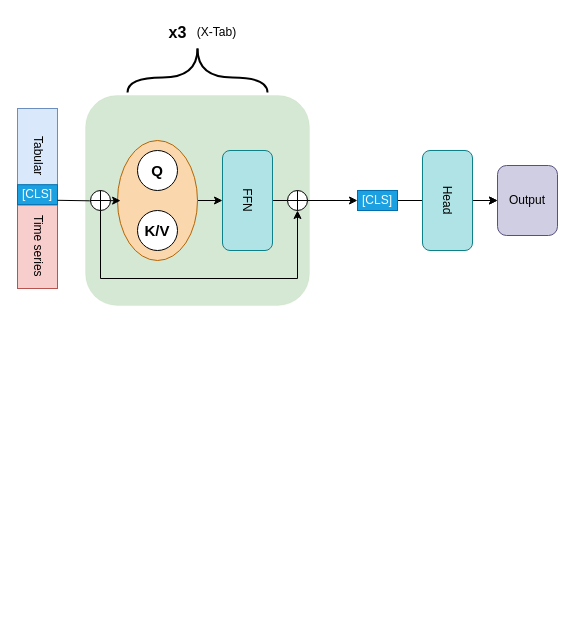
Before: Diagramme sans nom.drawio in Jeremstym/didacticJerem, a draw.io diagram. Source tidied: cells renumbered, new cells numbered last; positions are measured from the earlier drawing's top-left corner, leaving out a move shared by most shapes. Both pictures are drawn from the tidied source at 100%, with x=0, y=0 at pixel (17, 17).
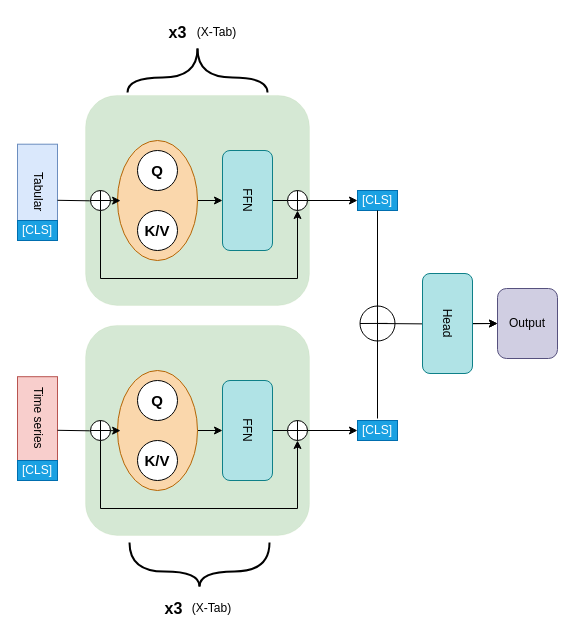
After the change.

Commit message:
baselines-tabecho

Unchanged cells that the change refers to:
```xml
<mxCell id="2" style="rounded=1;whiteSpace=wrap;html=1;rotation=90;fillColor=#d5e8d4;strokeColor=#82b366;strokeWidth=0;" parent="1" vertex="1">
  <mxGeometry x="75" y="71" width="210" height="223.9" as="geometry" />
</mxCell>
<mxCell id="26" value="[CLS]" style="rounded=0;whiteSpace=wrap;html=1;fillColor=#1ba1e2;fontColor=#ffffff;strokeColor=#006EAF;" parent="1" vertex="1">
  <mxGeometry x="340" y="173" width="40" height="20" as="geometry" />
</mxCell>
```

Diff of the diagram source:
```diff
@@
+    <mxCell id="30" style="ellipse;whiteSpace=wrap;html=1;" parent="1" vertex="1">
+      <mxGeometry x="342.5" y="288.5" width="35" height="35" as="geometry" />
+    </mxCell>
@@
     <mxCell id="3" value="Time series" style="rounded=0;whiteSpace=wrap;html=1;direction=south;textDirection=vertical-rl;fillColor=#f8cecc;strokeColor=#b85450;" parent="1" vertex="1">
-      <mxGeometry y="187.2" width="40" height="83.8" as="geometry" />
+      <mxGeometry y="359.2" width="40" height="83.8" as="geometry" />
     </mxCell>
     <mxCell id="4" value="Tabular" style="rounded=0;whiteSpace=wrap;html=1;direction=south;textDirection=vertical-lr;fillColor=#dae8fc;strokeColor=#6c8ebf;" parent="1" vertex="1">
-      <mxGeometry y="91" width="40" height="96.2" as="geometry" />
+      <mxGeometry y="126.7" width="40" height="96.2" as="geometry" />
     </mxCell>
@@
     <mxCell id="11" value="[CLS]" style="rounded=0;whiteSpace=wrap;html=1;fillColor=#1ba1e2;fontColor=#ffffff;strokeColor=#006EAF;" parent="1" vertex="1">
-      <mxGeometry y="167.2" width="40" height="20" as="geometry" />
+      <mxGeometry y="203" width="40" height="20" as="geometry" />
     </mxCell>
@@
-    <mxCell id="14" style="edgeStyle=orthogonalEdgeStyle;rounded=0;orthogonalLoop=1;jettySize=auto;html=1;exitX=1;exitY=0.5;exitDx=0;exitDy=0;" parent="1" edge="1" source="2" target="2">
-      <mxGeometry relative="1" as="geometry" />
+    <mxCell id="14" style="edgeStyle=orthogonalEdgeStyle;rounded=0;orthogonalLoop=1;jettySize=auto;html=1;exitX=1;exitY=0.5;exitDx=0;exitDy=0;" parent="1" edge="1">
+      <mxGeometry relative="1" as="geometry">
+        <mxPoint x="183" y="576.1" as="sourcePoint" />
+        <mxPoint x="183" y="576.1" as="targetPoint" />
+      </mxGeometry>
     </mxCell>
@@
-    <mxCell id="25" style="edgeStyle=orthogonalEdgeStyle;rounded=0;jettySize=auto;html=1;" parent="1" edge="1" source="26" target="29">
-      <mxGeometry relative="1" as="geometry" />
+    <mxCell id="25" style="edgeStyle=orthogonalEdgeStyle;rounded=0;jettySize=auto;html=1;" parent="1" edge="1" target="29">
+      <mxGeometry relative="1" as="geometry">
+        <mxPoint x="360" y="306" as="sourcePoint" />
+      </mxGeometry>
     </mxCell>
@@
     <mxCell id="28" value="Head" style="rounded=1;whiteSpace=wrap;html=1;rotation=90;fillColor=#b0e3e6;strokeColor=#0e8088;" parent="1" vertex="1">
-      <mxGeometry x="380" y="158" width="100" height="50" as="geometry" />
+      <mxGeometry x="380" y="281" width="100" height="50" as="geometry" />
     </mxCell>
     <mxCell id="29" value="Output" style="rounded=1;whiteSpace=wrap;html=1;fillColor=#d0cee2;strokeColor=#56517e;" parent="1" vertex="1">
-      <mxGeometry x="480" y="148" width="60" height="70" as="geometry" />
+      <mxGeometry x="480" y="271" width="60" height="70" as="geometry" />
     </mxCell>
+    <mxCell id="31" value="[CLS]" style="rounded=0;whiteSpace=wrap;html=1;fillColor=#1ba1e2;fontColor=#ffffff;strokeColor=#006EAF;" parent="1" vertex="1">
+      <mxGeometry y="443" width="40" height="20" as="geometry" />
+    </mxCell>
+    <mxCell id="32" style="rounded=1;whiteSpace=wrap;html=1;rotation=90;fillColor=#d5e8d4;strokeColor=#82b366;strokeWidth=0;" parent="1" vertex="1">
+      <mxGeometry x="75" y="301" width="210" height="223.9" as="geometry" />
+    </mxCell>
+    <mxCell id="33" style="edgeStyle=orthogonalEdgeStyle;rounded=0;jettySize=auto;html=1;" parent="1" edge="1" source="34" target="38">
+      <mxGeometry relative="1" as="geometry" />
+    </mxCell>
+    <mxCell id="34" style="ellipse;whiteSpace=wrap;html=1;rotation=90;fillColor=#fad7ac;strokeColor=#b46504;" parent="1" vertex="1">
+      <mxGeometry x="80" y="373" width="120" height="80" as="geometry" />
+    </mxCell>
+    <mxCell id="35" value="&lt;font size=&quot;1&quot;&gt;&lt;b style=&quot;font-size: 15px;&quot;&gt;Q&lt;/b&gt;&lt;/font&gt;" style="ellipse;whiteSpace=wrap;html=1;" parent="1" vertex="1">
+      <mxGeometry x="120" y="363" width="40" height="40" as="geometry" />
+    </mxCell>
+    <mxCell id="36" value="&lt;font size=&quot;1&quot;&gt;&lt;b style=&quot;font-size: 15px;&quot;&gt;K/V&lt;/b&gt;&lt;/font&gt;" style="ellipse;whiteSpace=wrap;html=1;" parent="1" vertex="1">
+      <mxGeometry x="120" y="423" width="40" height="40" as="geometry" />
+    </mxCell>
+    <mxCell id="37" style="edgeStyle=orthogonalEdgeStyle;rounded=0;jettySize=auto;html=1;" parent="1" edge="1" source="38">
+      <mxGeometry relative="1" as="geometry">
+        <mxPoint x="340" y="413" as="targetPoint" />
+      </mxGeometry>
+    </mxCell>
+    <mxCell id="38" value="FFN" style="rounded=1;whiteSpace=wrap;html=1;rotation=90;fillColor=#b0e3e6;strokeColor=#0e8088;" parent="1" vertex="1">
+      <mxGeometry x="180" y="388" width="100" height="50" as="geometry" />
+    </mxCell>
+    <mxCell id="39" value="&lt;b style=&quot;font-size: 16px;&quot;&gt;x3&lt;/b&gt;" style="text;html=1;align=center;verticalAlign=middle;strokeColor=none;fillColor=none;" parent="1" vertex="1">
+      <mxGeometry x="135.6" y="576" width="40" height="30" as="geometry" />
+    </mxCell>
+    <mxCell id="40" value="(X-Tab)" style="text;html=1;align=center;verticalAlign=middle;strokeColor=none;fillColor=none;" parent="1" vertex="1">
+      <mxGeometry x="164.4" y="576" width="60" height="30" as="geometry" />
+    </mxCell>
+    <mxCell id="41" style="edgeStyle=orthogonalEdgeStyle;rounded=0;orthogonalLoop=1;jettySize=auto;html=1;exitX=1;exitY=0.5;exitDx=0;exitDy=0;" parent="1" edge="1">
+      <mxGeometry relative="1" as="geometry">
+        <mxPoint x="183" y="518" as="sourcePoint" />
+        <mxPoint x="183" y="518" as="targetPoint" />
+      </mxGeometry>
+    </mxCell>
+    <mxCell id="42" style="endArrow=none;html=1;rounded=0;fontStyle=1;edgeStyle=orthogonalEdgeStyle;curved=1;strokeWidth=2;" parent="1" edge="1">
+      <mxGeometry relative="1" as="geometry">
+        <mxPoint x="252" y="524.9" as="sourcePoint" />
+        <mxPoint x="182" y="568.9" as="targetPoint" />
+        <Array as="points">
+          <mxPoint x="252" y="553.9" />
+          <mxPoint x="182" y="553.9" />
+        </Array>
+      </mxGeometry>
+    </mxCell>
+    <mxCell id="43" style="endArrow=none;html=1;rounded=0;edgeStyle=orthogonalEdgeStyle;curved=1;strokeWidth=2;" parent="1" edge="1">
+      <mxGeometry relative="1" as="geometry">
+        <mxPoint x="112" y="524.9" as="sourcePoint" />
+        <mxPoint x="182" y="568.9" as="targetPoint" />
+        <Array as="points">
+          <mxPoint x="112" y="554" />
+          <mxPoint x="182" y="554" />
+        </Array>
+      </mxGeometry>
+    </mxCell>
+    <mxCell id="44" style="edgeStyle=orthogonalEdgeStyle;rounded=0;orthogonalLoop=1;jettySize=auto;html=1;entryX=0.456;entryY=0.961;entryDx=0;entryDy=0;entryPerimeter=0;" parent="1" edge="1">
+      <mxGeometry relative="1" as="geometry">
+        <mxPoint x="40" y="412.8" as="sourcePoint" />
+        <mxPoint x="103.1" y="413.1" as="targetPoint" />
+      </mxGeometry>
+    </mxCell>
+    <mxCell id="45" style="edgeStyle=orthogonalEdgeStyle;rounded=0;jettySize=auto;html=1;entryX=0.5;entryY=1;entryDx=0;entryDy=0;" parent="1" edge="1" source="46" target="49">
+      <mxGeometry relative="1" as="geometry">
+        <Array as="points">
+          <mxPoint x="83" y="491" />
+          <mxPoint x="280" y="491" />
+        </Array>
+      </mxGeometry>
+    </mxCell>
+    <mxCell id="46" style="ellipse;whiteSpace=wrap;html=1;" parent="1" vertex="1">
+      <mxGeometry x="73" y="403" width="20" height="20" as="geometry" />
+    </mxCell>
+    <mxCell id="47" style="endArrow=none;html=1;rounded=0;exitX=0.5;exitY=0;exitDx=0;exitDy=0;entryX=0.5;entryY=1;entryDx=0;entryDy=0;" parent="1" edge="1" source="46" target="46">
+      <mxGeometry relative="1" as="geometry" />
+    </mxCell>
+    <mxCell id="48" style="endArrow=none;html=1;rounded=0;exitX=0.5;exitY=0;exitDx=0;exitDy=0;entryX=0;entryY=0.5;entryDx=0;entryDy=0;" parent="1" edge="1" target="46">
+      <mxGeometry relative="1" as="geometry">
+        <mxPoint x="93" y="413" as="sourcePoint" />
+      </mxGeometry>
+    </mxCell>
+    <mxCell id="49" style="ellipse;whiteSpace=wrap;html=1;" parent="1" vertex="1">
+      <mxGeometry x="270" y="403" width="20" height="20" as="geometry" />
+    </mxCell>
+    <mxCell id="50" style="endArrow=none;html=1;rounded=0;exitX=0.5;exitY=0;exitDx=0;exitDy=0;entryX=0.5;entryY=1;entryDx=0;entryDy=0;" parent="1" edge="1" source="49" target="49">
+      <mxGeometry relative="1" as="geometry" />
+    </mxCell>
+    <mxCell id="51" style="endArrow=none;html=1;rounded=0;exitX=0.5;exitY=0;exitDx=0;exitDy=0;entryX=0;entryY=0.5;entryDx=0;entryDy=0;" parent="1" edge="1" target="49">
+      <mxGeometry relative="1" as="geometry">
+        <mxPoint x="290" y="413" as="sourcePoint" />
+      </mxGeometry>
+    </mxCell>
+    <mxCell id="52" value="[CLS]" style="rounded=0;whiteSpace=wrap;html=1;fillColor=#1ba1e2;fontColor=#ffffff;strokeColor=#006EAF;" parent="1" vertex="1">
+      <mxGeometry x="340" y="403" width="40" height="20" as="geometry" />
+    </mxCell>
+    <mxCell id="53" style="endArrow=none;html=1;rounded=0;entryX=0.5;entryY=1;entryDx=0;entryDy=0;" parent="1" edge="1" source="30" target="26">
+      <mxGeometry relative="1" as="geometry" />
+    </mxCell>
+    <mxCell id="54" style="endArrow=none;html=1;rounded=0;entryX=0.5;entryY=1;entryDx=0;entryDy=0;" parent="1" edge="1" target="30">
+      <mxGeometry relative="1" as="geometry">
+        <mxPoint x="360" y="401" as="sourcePoint" />
+      </mxGeometry>
+    </mxCell>
+    <mxCell id="55" style="endArrow=none;html=1;rounded=0;entryX=0.5;entryY=0;entryDx=0;entryDy=0;exitX=0.5;exitY=1;exitDx=0;exitDy=0;" parent="1" edge="1" source="30" target="30">
+      <mxGeometry relative="1" as="geometry" />
+    </mxCell>
+    <mxCell id="56" style="endArrow=none;html=1;rounded=0;exitX=0;exitY=0.5;exitDx=0;exitDy=0;" parent="1" edge="1" source="30">
+      <mxGeometry relative="1" as="geometry">
+        <mxPoint x="370" y="305.9" as="targetPoint" />
+      </mxGeometry>
+    </mxCell>
```
